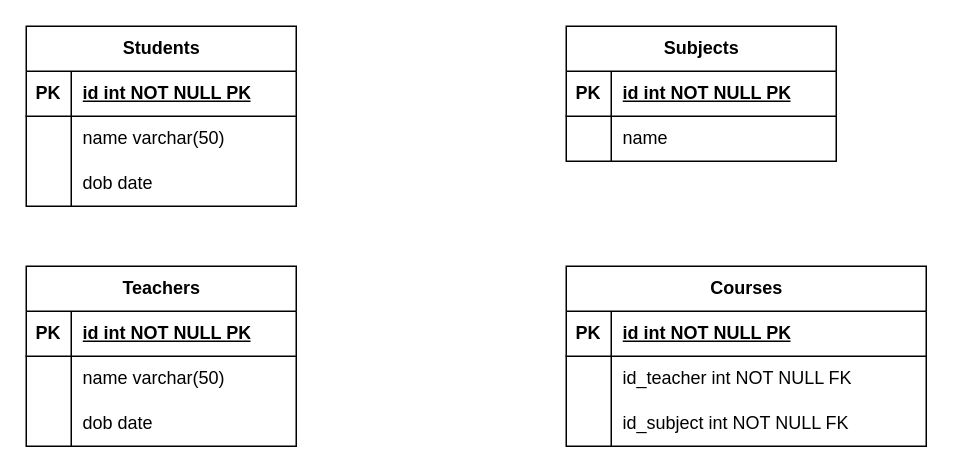
Above: erd_3.drawio in mfsimonbrz/drawio2go (draw.io), before the change. Source tidied: cells renumbered, new cells numbered last; positions are measured from the earlier drawing's top-left corner, leaving out a move shared by most shapes. Both pictures are drawn from the tidied source at 150%, with x=0, y=0 at pixel (26, 26).
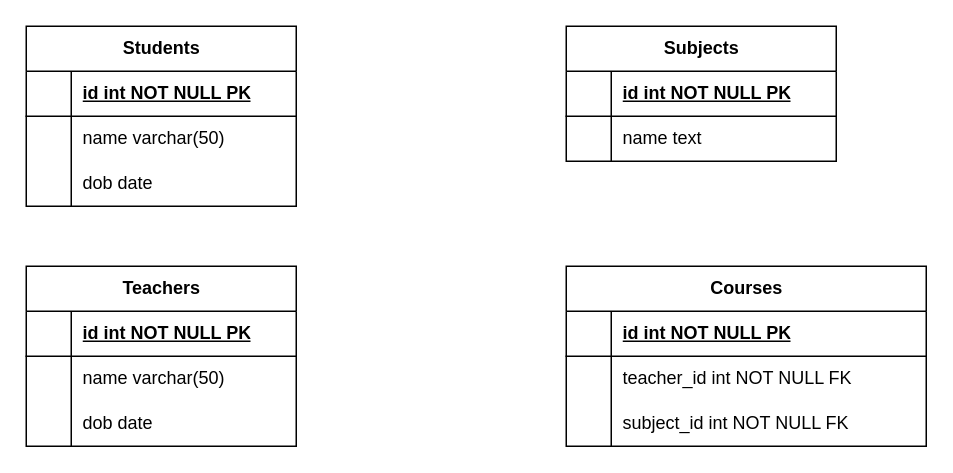
After the change.

The change refers to these unchanged cells:
```xml
<mxCell id="3" style="shape=tableRow;horizontal=0;startSize=0;swimlaneHead=0;swimlaneBody=0;fillColor=none;top=0;left=0;right=0;bottom=1;" parent="2" vertex="1">
  <mxGeometry y="30" width="180" height="30" as="geometry" />
</mxCell>
<mxCell id="13" style="shape=tableRow;horizontal=0;startSize=0;swimlaneHead=0;swimlaneBody=0;fillColor=none;top=0;left=0;right=0;bottom=1;" parent="12" vertex="1">
  <mxGeometry y="30" width="180" height="30" as="geometry" />
</mxCell>
<mxCell id="16" style="shape=tableRow;horizontal=0;startSize=0;swimlaneHead=0;swimlaneBody=0;fillColor=none;top=0;left=0;right=0;bottom=0;" parent="12" vertex="1">
  <mxGeometry y="60" width="180" height="30" as="geometry" />
</mxCell>
<mxCell id="20" style="shape=tableRow;horizontal=0;startSize=0;swimlaneHead=0;swimlaneBody=0;fillColor=none;top=0;left=0;right=0;bottom=1;" parent="19" vertex="1">
  <mxGeometry y="30" width="180" height="30" as="geometry" />
</mxCell>
<mxCell id="30" style="shape=tableRow;horizontal=0;startSize=0;swimlaneHead=0;swimlaneBody=0;fillColor=none;top=0;left=0;right=0;bottom=1;" parent="29" vertex="1">
  <mxGeometry y="30" width="240" height="30" as="geometry" />
</mxCell>
<mxCell id="33" style="shape=tableRow;horizontal=0;startSize=0;swimlaneHead=0;swimlaneBody=0;fillColor=none;top=0;left=0;right=0;bottom=0;" parent="29" vertex="1">
  <mxGeometry y="60" width="240" height="30" as="geometry" />
</mxCell>
<mxCell id="36" style="shape=tableRow;horizontal=0;startSize=0;swimlaneHead=0;swimlaneBody=0;fillColor=none;top=0;left=0;right=0;bottom=0;" parent="29" vertex="1">
  <mxGeometry y="90" width="240" height="30" as="geometry" />
</mxCell>
```

Diff of the diagram source:
```diff
@@
-    <mxCell id="4" value="PK" style="shape=partialRectangle;fillColor=none;top=0;left=0;bottom=0;right=0;fontStyle=1;overflow=hidden;whiteSpace=wrap;html=1;" parent="3" vertex="1">
+    <mxCell id="4" style="shape=partialRectangle;fillColor=none;top=0;left=0;bottom=0;right=0;fontStyle=1;overflow=hidden;whiteSpace=wrap;html=1;" parent="3" vertex="1">
       <mxGeometry width="30" height="30" as="geometry" />
     </mxCell>
@@
-    <mxCell id="14" value="PK" style="shape=partialRectangle;fillColor=none;top=0;left=0;bottom=0;right=0;fontStyle=1;overflow=hidden;whiteSpace=wrap;html=1;" parent="13" vertex="1">
+    <mxCell id="14" style="shape=partialRectangle;fillColor=none;top=0;left=0;bottom=0;right=0;fontStyle=1;overflow=hidden;whiteSpace=wrap;html=1;" parent="13" vertex="1">
       <mxGeometry width="30" height="30" as="geometry" />
     </mxCell>
@@
-    <mxCell id="18" value="name" style="shape=partialRectangle;fillColor=none;top=0;left=0;bottom=0;right=0;align=left;spacingLeft=6;overflow=hidden;whiteSpace=wrap;html=1;" parent="16" vertex="1">
+    <mxCell id="18" value="name text" style="shape=partialRectangle;fillColor=none;top=0;left=0;bottom=0;right=0;align=left;spacingLeft=6;overflow=hidden;whiteSpace=wrap;html=1;" parent="16" vertex="1">
       <mxGeometry x="30" width="150" height="30" as="geometry" />
     </mxCell>
@@
-    <mxCell id="21" value="PK" style="shape=partialRectangle;fillColor=none;top=0;left=0;bottom=0;right=0;fontStyle=1;overflow=hidden;whiteSpace=wrap;html=1;" parent="20" vertex="1">
+    <mxCell id="21" style="shape=partialRectangle;fillColor=none;top=0;left=0;bottom=0;right=0;fontStyle=1;overflow=hidden;whiteSpace=wrap;html=1;" parent="20" vertex="1">
       <mxGeometry width="30" height="30" as="geometry" />
     </mxCell>
@@
-    <mxCell id="31" value="PK" style="shape=partialRectangle;fillColor=none;top=0;left=0;bottom=0;right=0;fontStyle=1;overflow=hidden;whiteSpace=wrap;html=1;" parent="30" vertex="1">
+    <mxCell id="31" style="shape=partialRectangle;fillColor=none;top=0;left=0;bottom=0;right=0;fontStyle=1;overflow=hidden;whiteSpace=wrap;html=1;" parent="30" vertex="1">
       <mxGeometry width="30" height="30" as="geometry" />
     </mxCell>
@@
-    <mxCell id="35" value="id_teacher int NOT NULL FK" style="shape=partialRectangle;fillColor=none;top=0;left=0;bottom=0;right=0;align=left;spacingLeft=6;overflow=hidden;whiteSpace=wrap;html=1;" parent="33" vertex="1">
+    <mxCell id="35" value="teacher_id int NOT NULL FK" style="shape=partialRectangle;fillColor=none;top=0;left=0;bottom=0;right=0;align=left;spacingLeft=6;overflow=hidden;whiteSpace=wrap;html=1;" parent="33" vertex="1">
       <mxGeometry x="30" width="210" height="30" as="geometry" />
     </mxCell>
@@
-    <mxCell id="38" value="id_subject int NOT NULL FK" style="shape=partialRectangle;fillColor=none;top=0;left=0;bottom=0;right=0;align=left;spacingLeft=6;overflow=hidden;whiteSpace=wrap;html=1;" parent="36" vertex="1">
+    <mxCell id="38" value="subject_id int NOT NULL FK" style="shape=partialRectangle;fillColor=none;top=0;left=0;bottom=0;right=0;align=left;spacingLeft=6;overflow=hidden;whiteSpace=wrap;html=1;" parent="36" vertex="1">
       <mxGeometry x="30" width="210" height="30" as="geometry" />
     </mxCell>
```
